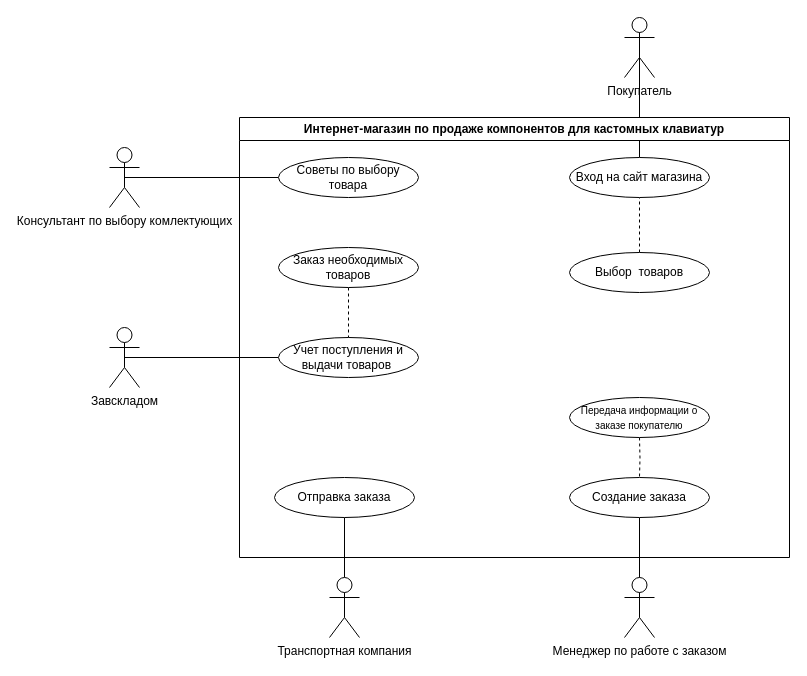
arn1ee/-1 keeps this draw.io diagram as лаб 1.drawio. Above is the earlier version. Source tidied: cells renumbered, new cells numbered last; positions are measured from the earlier drawing's top-left corner, leaving out a move shared by most shapes. Both pictures are drawn from the tidied source at 100%, with x=0, y=0 at pixel (109, 17).
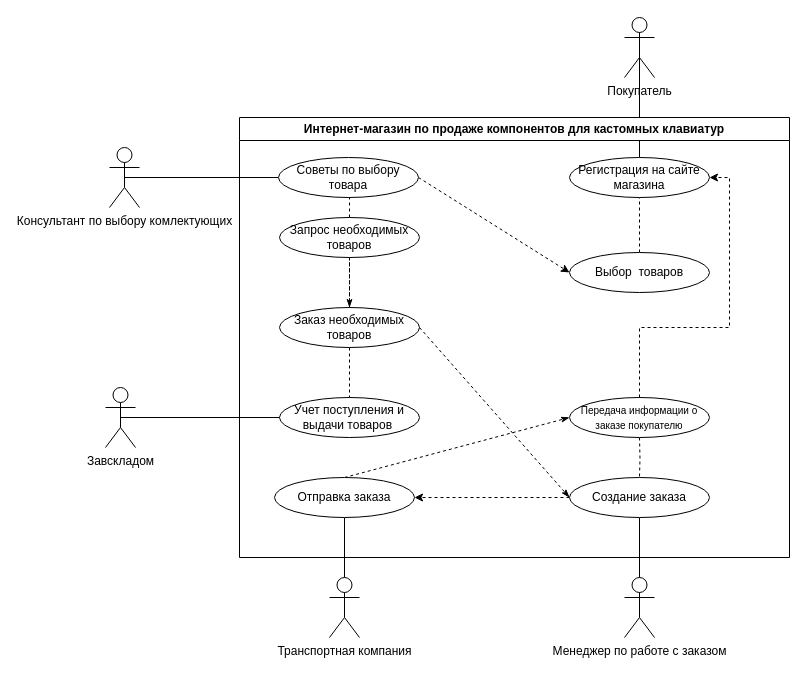
After the change.

The change refers to these unchanged cells:
```xml
<mxCell id="3" value="Выбор&amp;nbsp; товаров" style="ellipse;whiteSpace=wrap;html=1;" parent="1" vertex="1">
  <mxGeometry x="460" y="235" width="140" height="40" as="geometry" />
</mxCell>
<mxCell id="9" value="Советы по выбору товара" style="ellipse;whiteSpace=wrap;html=1;" parent="1" vertex="1">
  <mxGeometry x="169" y="140" width="140" height="40" as="geometry" />
</mxCell>
<mxCell id="15" value="Создание заказа" style="ellipse;whiteSpace=wrap;html=1;" parent="1" vertex="1">
  <mxGeometry x="460" y="460" width="140" height="40" as="geometry" />
</mxCell>
<mxCell id="21" value="Интернет-магазин по продаже компонентов для кастомных клавиатур" style="swimlane;whiteSpace=wrap;html=1;" parent="1" vertex="1">
  <mxGeometry x="130" y="100" width="550" height="440" as="geometry" />
</mxCell>
<mxCell id="22" value="&lt;font style=&quot;font-size: 10px;&quot;&gt;Передача информации о заказе покупателю&lt;/font&gt;" style="ellipse;whiteSpace=wrap;html=1;" parent="21" vertex="1">
  <mxGeometry x="330" y="280" width="140" height="40" as="geometry" />
</mxCell>
<mxCell id="23" value="Отправка заказа" style="ellipse;whiteSpace=wrap;html=1;" parent="21" vertex="1">
  <mxGeometry x="35" y="360" width="140" height="40" as="geometry" />
</mxCell>
```

What changed in the source:
```diff
@@
-    <mxCell id="6" value="Вход на сайт магазина" style="ellipse;whiteSpace=wrap;html=1;" parent="1" vertex="1">
+    <mxCell id="6" value="Регистрация на сайте магазина" style="ellipse;whiteSpace=wrap;html=1;" parent="1" vertex="1">
       <mxGeometry x="460" y="140" width="140" height="40" as="geometry" />
     </mxCell>
@@
+    <mxCell id="24" style="rounded=0;jettySize=auto;html=1;exitX=1;exitY=0.5;exitDx=0;exitDy=0;entryX=0;entryY=0.5;entryDx=0;entryDy=0;dashed=1;" parent="1" edge="1" source="9" target="3">
+      <mxGeometry relative="1" as="geometry" />
+    </mxCell>
+    <mxCell id="25" style="edgeStyle=orthogonalEdgeStyle;rounded=0;jettySize=auto;html=1;exitX=0.5;exitY=1;exitDx=0;exitDy=0;entryX=0.5;entryY=0;entryDx=0;entryDy=0;dashed=1;endArrow=none;endFill=0;" parent="1" edge="1" source="9" target="30">
+      <mxGeometry relative="1" as="geometry" />
+    </mxCell>
@@
-    <mxCell id="10" value="Завскладом" style="shape=umlActor;verticalLabelPosition=bottom;verticalAlign=top;html=1;" parent="1" vertex="1">
-      <mxGeometry y="310" width="30" height="60" as="geometry" />
-    </mxCell>
-    <mxCell id="11" style="edgeStyle=orthogonalEdgeStyle;rounded=0;jettySize=auto;html=1;exitX=0;exitY=0.5;exitDx=0;exitDy=0;entryX=0.5;entryY=0.5;entryDx=0;entryDy=0;entryPerimeter=0;endArrow=none;endFill=0;" parent="1" edge="1" source="12" target="10">
-      <mxGeometry relative="1" as="geometry" />
-    </mxCell>
-    <mxCell id="12" value="Учет поступления и выдачи товаров&amp;nbsp;" style="ellipse;whiteSpace=wrap;html=1;" parent="1" vertex="1">
-      <mxGeometry x="169" y="320" width="140" height="40" as="geometry" />
-    </mxCell>
@@
+    <mxCell id="26" style="edgeStyle=orthogonalEdgeStyle;rounded=0;jettySize=auto;html=1;exitX=0;exitY=0.5;exitDx=0;exitDy=0;entryX=1;entryY=0.5;entryDx=0;entryDy=0;dashed=1;" parent="1" edge="1" source="15" target="23">
+      <mxGeometry relative="1" as="geometry" />
+    </mxCell>
@@
-    <mxCell id="17" style="edgeStyle=orthogonalEdgeStyle;rounded=0;jettySize=auto;html=1;exitX=0.5;exitY=1;exitDx=0;exitDy=0;entryX=0.5;entryY=0;entryDx=0;entryDy=0;dashed=1;fontSize=10;endArrow=none;endFill=0;" parent="1" edge="1" source="18" target="12">
-      <mxGeometry relative="1" as="geometry" />
-    </mxCell>
-    <mxCell id="18" value="&lt;font style=&quot;font-size: 12px;&quot;&gt;Заказ необходимых товаров&lt;/font&gt;" style="ellipse;whiteSpace=wrap;html=1;" parent="1" vertex="1">
-      <mxGeometry x="169" y="230" width="140" height="40" as="geometry" />
-    </mxCell>
@@
+    <mxCell id="27" style="rounded=0;jettySize=auto;html=1;exitX=0.5;exitY=0;exitDx=0;exitDy=0;entryX=0;entryY=0.5;entryDx=0;entryDy=0;dashed=1;startArrow=none;startFill=0;endArrow=classicThin;endFill=1;" parent="21" edge="1" source="23" target="22">
+      <mxGeometry relative="1" as="geometry" />
+    </mxCell>
@@
+    <mxCell id="28" style="edgeStyle=orthogonalEdgeStyle;rounded=0;jettySize=auto;html=1;dashed=1;endArrow=none;endFill=0;startArrow=classicThin;startFill=1;" parent="21" edge="1" source="18" target="30">
+      <mxGeometry relative="1" as="geometry" />
+    </mxCell>
+    <mxCell id="18" value="&lt;font style=&quot;font-size: 12px;&quot;&gt;Заказ необходимых товаров&lt;/font&gt;" style="ellipse;whiteSpace=wrap;html=1;" parent="21" vertex="1">
+      <mxGeometry x="40" y="190" width="140" height="40" as="geometry" />
+    </mxCell>
+    <mxCell id="12" value="Учет поступления и выдачи товаров&amp;nbsp;" style="ellipse;whiteSpace=wrap;html=1;" parent="21" vertex="1">
+      <mxGeometry x="40" y="280" width="140" height="40" as="geometry" />
+    </mxCell>
+    <mxCell id="17" style="edgeStyle=orthogonalEdgeStyle;rounded=0;jettySize=auto;html=1;exitX=0.5;exitY=1;exitDx=0;exitDy=0;entryX=0.5;entryY=0;entryDx=0;entryDy=0;dashed=1;fontSize=10;endArrow=none;endFill=0;" parent="21" edge="1" source="18" target="12">
+      <mxGeometry relative="1" as="geometry" />
+    </mxCell>
+    <mxCell id="11" style="edgeStyle=orthogonalEdgeStyle;rounded=0;jettySize=auto;html=1;exitX=0;exitY=0.5;exitDx=0;exitDy=0;entryX=0.5;entryY=0.5;entryDx=0;entryDy=0;entryPerimeter=0;endArrow=none;endFill=0;" parent="21" edge="1" source="12" target="10">
+      <mxGeometry relative="1" as="geometry" />
+    </mxCell>
+    <mxCell id="10" value="Завскладом" style="shape=umlActor;verticalLabelPosition=bottom;verticalAlign=top;html=1;" parent="21" vertex="1">
+      <mxGeometry x="-134" y="270" width="30" height="60" as="geometry" />
+    </mxCell>
+    <mxCell id="29" style="edgeStyle=orthogonalEdgeStyle;rounded=0;jettySize=auto;html=1;exitX=0.5;exitY=1;exitDx=0;exitDy=0;entryX=0.5;entryY=0;entryDx=0;entryDy=0;dashed=1;endArrow=none;endFill=0;" parent="21" edge="1" source="30" target="18">
+      <mxGeometry relative="1" as="geometry" />
+    </mxCell>
+    <mxCell id="30" value="Запрос необходимых товаров" style="ellipse;whiteSpace=wrap;html=1;" parent="21" vertex="1">
+      <mxGeometry x="40" y="100" width="140" height="40" as="geometry" />
+    </mxCell>
+    <mxCell id="31" style="edgeStyle=orthogonalEdgeStyle;rounded=0;jettySize=auto;html=1;exitX=0.5;exitY=0;exitDx=0;exitDy=0;dashed=1;entryX=1;entryY=0.5;entryDx=0;entryDy=0;" parent="1" edge="1" source="22" target="6">
+      <mxGeometry relative="1" as="geometry">
+        <Array as="points">
+          <mxPoint x="530" y="310" />
+          <mxPoint x="620" y="310" />
+          <mxPoint x="620" y="160" />
+        </Array>
+      </mxGeometry>
+    </mxCell>
+    <mxCell id="32" style="rounded=0;jettySize=auto;html=1;exitX=1;exitY=0.5;exitDx=0;exitDy=0;entryX=0;entryY=0.5;entryDx=0;entryDy=0;dashed=1;startArrow=none;startFill=0;endArrow=classicThin;endFill=1;" parent="1" edge="1" source="18" target="15">
+      <mxGeometry relative="1" as="geometry" />
+    </mxCell>
```
